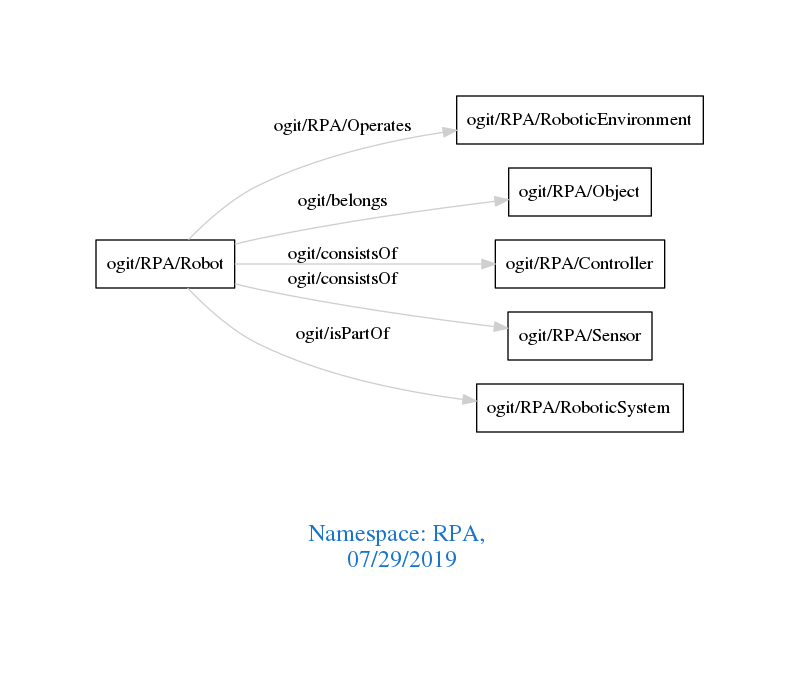
Above: downloads/RPA.png in arago/OGIT (Graphviz), before the change. Its source is kept beside it as downloads/RPA.dot.
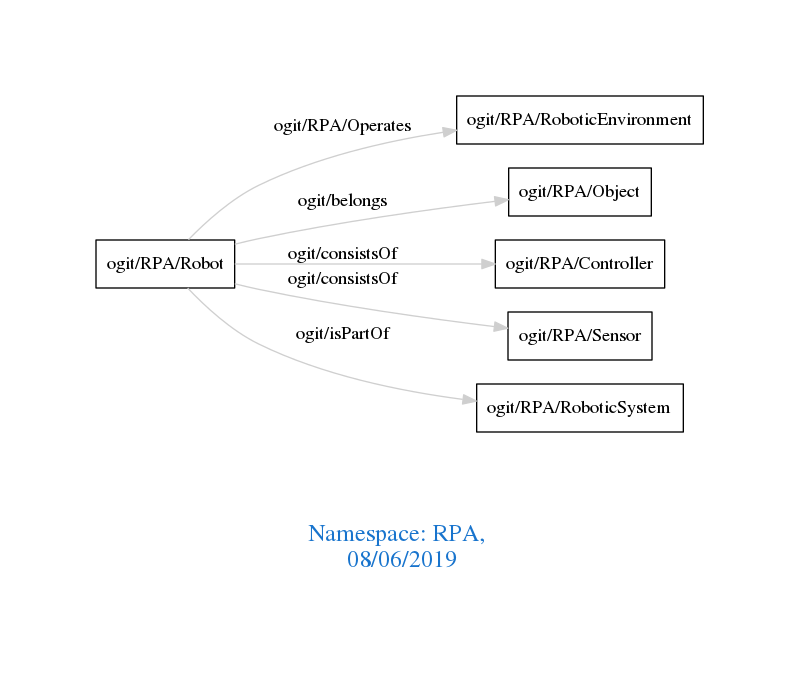
The same file after the commit.

What changed in the source:
```diff
@@ -1,7 +1,7 @@
 digraph OGIT_ontology {
  graph [ rankdir= LR,pad=1
 fontsize = 18,
-fontcolor= dodgerblue3,label = "\n\n\nNamespace: RPA, \n 07/29/2019"];
+fontcolor= dodgerblue3,label = "\n\n\nNamespace: RPA, \n 08/06/2019"];
 node[shape=polygon];
 edge [  color="gray81"];
 
```
